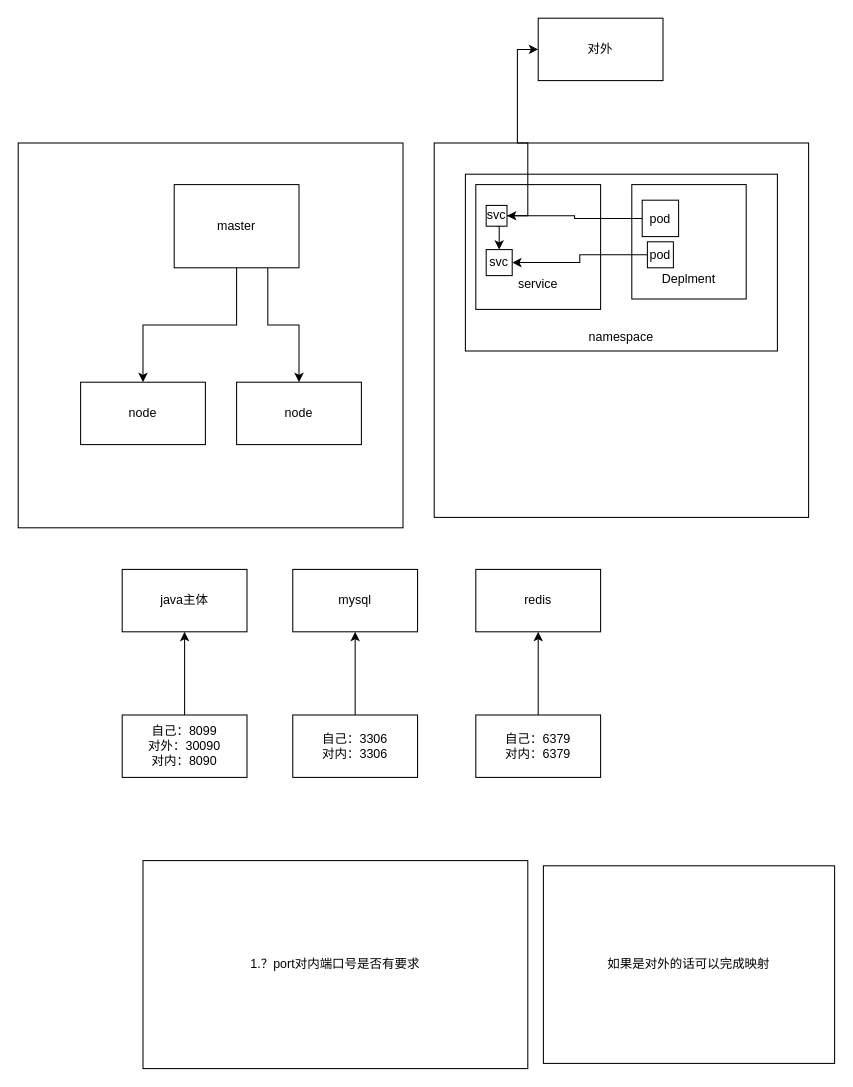
shenkuoboluo/picture keeps this draw.io diagram as Untitled Diagram.drawio. Above is the earlier version. Source tidied: cells renumbered, new cells numbered last; positions are measured from the earlier drawing's top-left corner, leaving out a move shared by most shapes. Both pictures are drawn from the tidied source at 104%, with x=0, y=0 at pixel (18, 18).
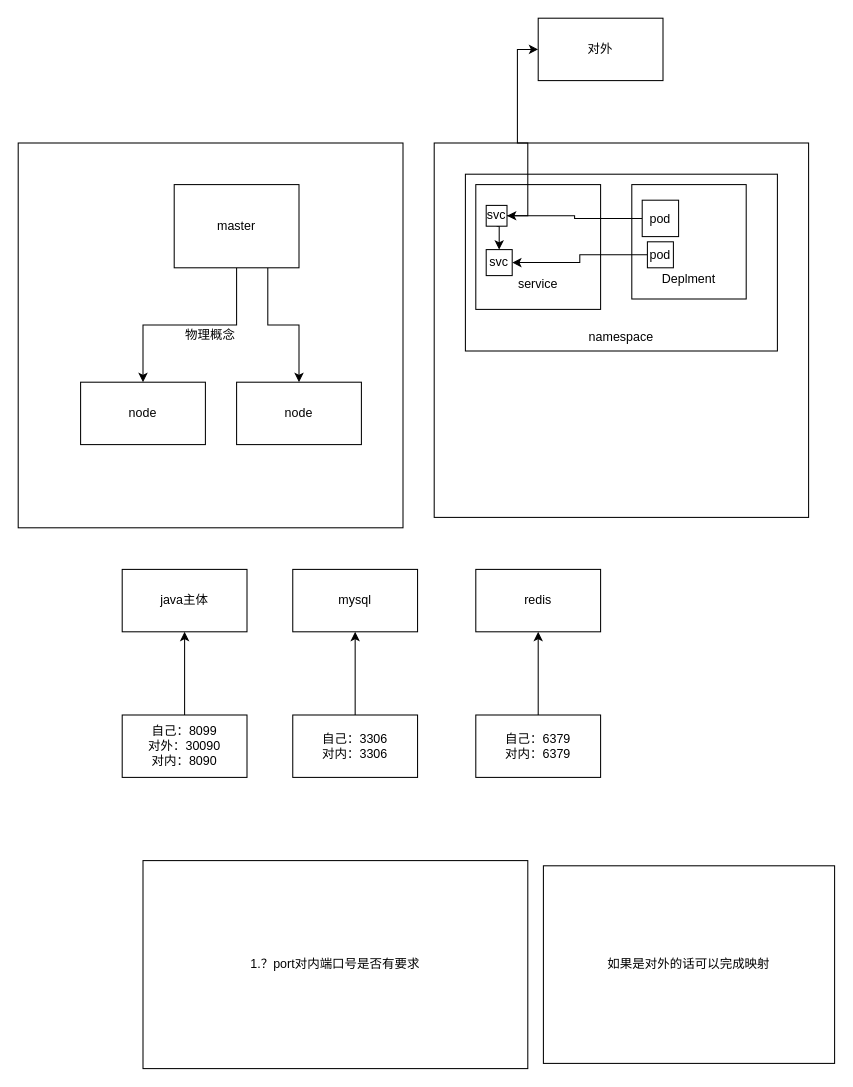
The same page after the edit.

What changed in the source:
```diff
@@
-    <mxCell id="2" style="whiteSpace=wrap;html=1;" parent="1" vertex="1">
+    <mxCell id="2" value="物理概念" style="whiteSpace=wrap;html=1;" parent="1" vertex="1">
       <mxGeometry y="120" width="370" height="370" as="geometry" />
     </mxCell>
```
